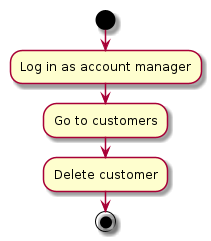
tflm91/CRM-System keeps this PlantUML diagram as docs/delete-a-customer.png. Above is the earlier version.
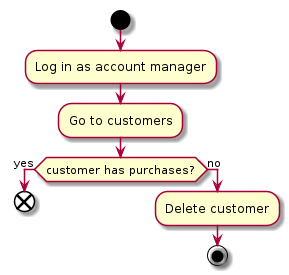
After the change.

Change to the diagram source:
```diff
@@ -3,7 +3,10 @@
 start
 :Log in as account manager;
 :Go to customers;
-:Delete customer;
-stop
-
+if (customer has purchases?) then (yes)
+    end
+    else(no)
+    :Delete customer;
+    stop
+endif
 @enduml
```
